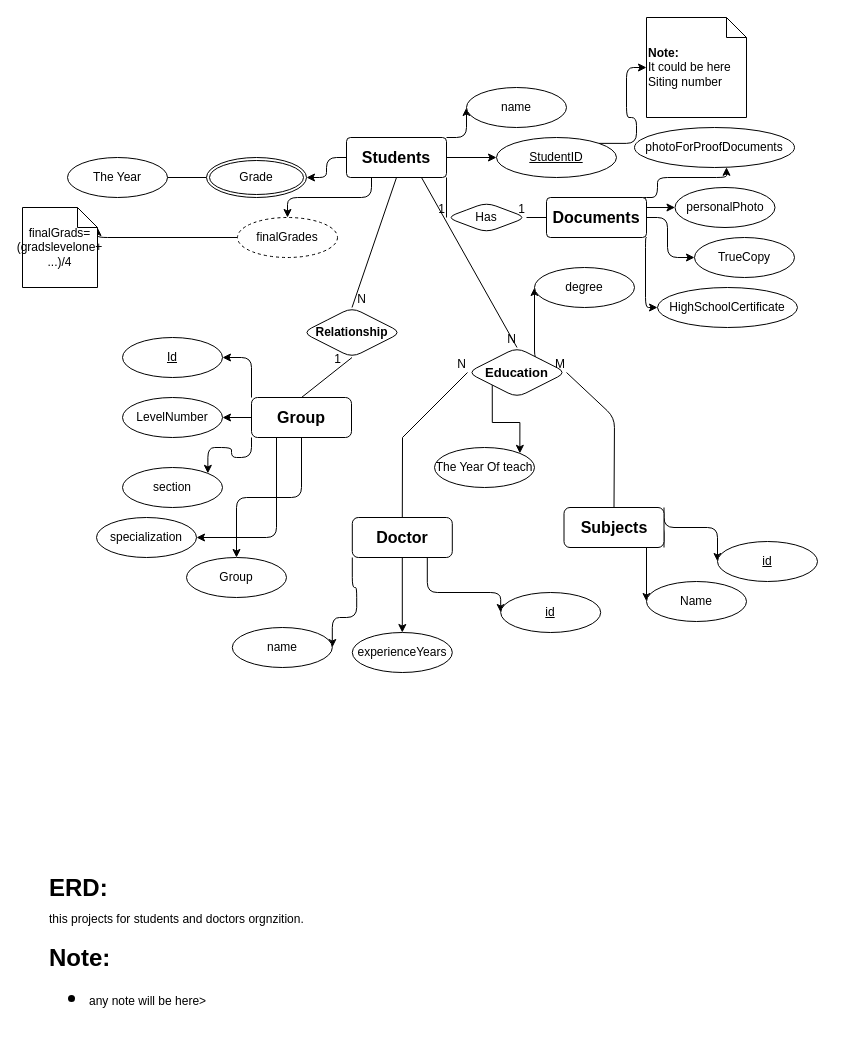
Before: page "Copy of Page-1" (1 of 9) of Digrams, pdf/ERD-Tanzim.drawio in mohammed-aljablai/Tanzim, a draw.io diagram. Source tidied: cells renumbered, new cells numbered last; positions are measured from the earlier drawing's top-left corner, leaving out a move shared by most shapes. Both pictures are drawn from the tidied source at 100%, with x=0, y=0 at pixel (22, 17).
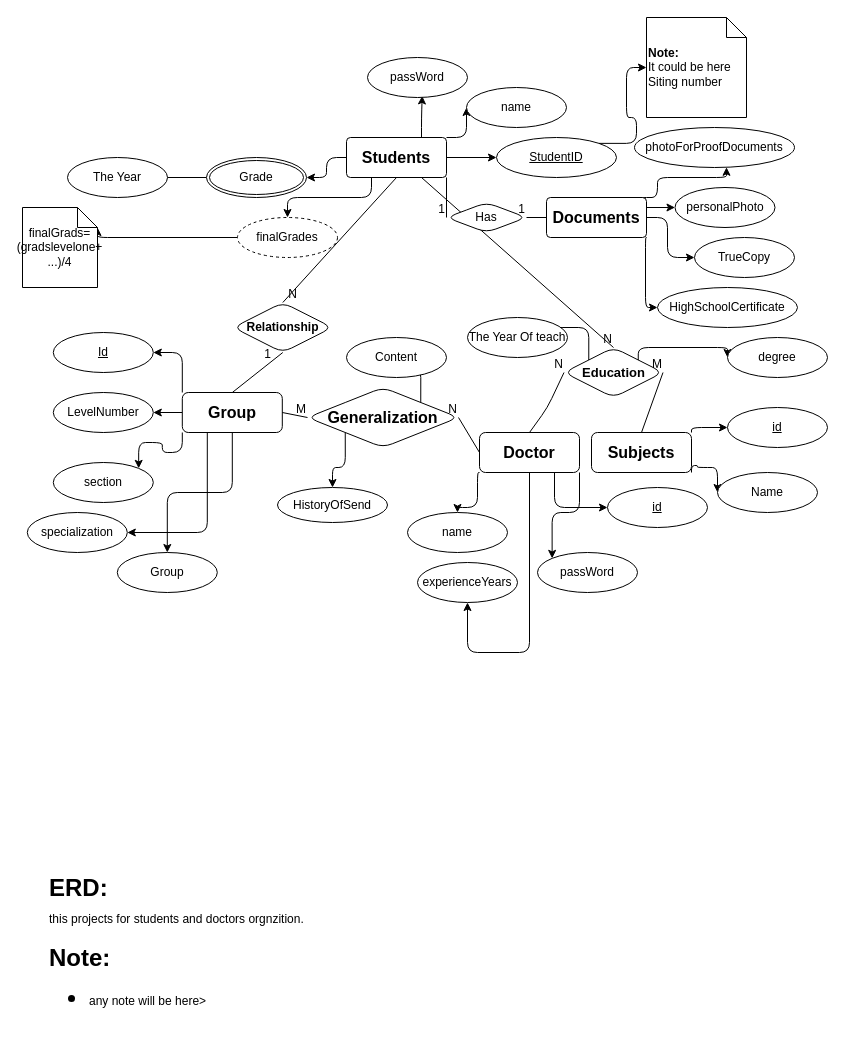
After the change.

Unchanged cells that the change refers to:
```xml
<mxCell id="6" value="&lt;b&gt;&lt;font style=&quot;font-size: 16px;&quot;&gt;Students&lt;/font&gt;&lt;/b&gt;" style="rounded=1;arcSize=10;whiteSpace=wrap;html=1;align=center;" parent="1" vertex="1">
  <mxGeometry x="324" y="120" width="100" height="40" as="geometry" />
</mxCell>
```

Change to the diagram source:
```diff
@@
+    <mxCell id="72" style="edgeStyle=orthogonalEdgeStyle;rounded=1;jettySize=auto;html=1;exitX=0.75;exitY=0;exitDx=0;exitDy=0;entryX=0.547;entryY=0.96;entryDx=0;entryDy=0;entryPerimeter=0;" parent="1" edge="1" source="6" target="74">
+      <mxGeometry relative="1" as="geometry" />
+    </mxCell>
@@
     <mxCell id="24" style="edgeStyle=orthogonalEdgeStyle;rounded=1;jettySize=auto;html=1;exitX=0.25;exitY=1;exitDx=0;exitDy=0;entryX=1;entryY=0.5;entryDx=0;entryDy=0;" parent="1" edge="1" source="26" target="30">
       <mxGeometry relative="1" as="geometry">
         <Array as="points">
-          <mxPoint x="254" y="520" />
+          <mxPoint x="184.8" y="515" />
         </Array>
       </mxGeometry>
     </mxCell>
@@
     <mxCell id="26" value="&lt;font style=&quot;font-size: 16px;&quot;&gt;&lt;b&gt;Group&lt;/b&gt;&lt;/font&gt;" style="whiteSpace=wrap;html=1;align=center;rounded=1;" parent="1" vertex="1">
-      <mxGeometry x="229" y="380" width="100" height="40" as="geometry" />
+      <mxGeometry x="159.8" y="375" width="100" height="40" as="geometry" />
     </mxCell>
     <mxCell id="27" value="LevelNumber" style="ellipse;whiteSpace=wrap;html=1;align=center;rounded=1;" parent="1" vertex="1">
-      <mxGeometry x="100" y="380" width="100" height="40" as="geometry" />
+      <mxGeometry x="30.8" y="375" width="100" height="40" as="geometry" />
     </mxCell>
     <mxCell id="28" value="Id" style="ellipse;whiteSpace=wrap;html=1;align=center;fontStyle=4;rounded=1;" parent="1" vertex="1">
-      <mxGeometry x="100" y="320" width="100" height="40" as="geometry" />
+      <mxGeometry x="30.8" y="315" width="100" height="40" as="geometry" />
     </mxCell>
     <mxCell id="29" value="section" style="ellipse;whiteSpace=wrap;html=1;align=center;rounded=1;" parent="1" vertex="1">
-      <mxGeometry x="100" y="450" width="100" height="40" as="geometry" />
+      <mxGeometry x="30.8" y="445" width="100" height="40" as="geometry" />
     </mxCell>
     <mxCell id="30" value="specialization" style="ellipse;whiteSpace=wrap;html=1;align=center;rounded=1;" parent="1" vertex="1">
-      <mxGeometry x="74" y="500" width="100" height="40" as="geometry" />
+      <mxGeometry x="4.8" y="495" width="100" height="40" as="geometry" />
     </mxCell>
     <mxCell id="31" value="Group" style="ellipse;whiteSpace=wrap;html=1;align=center;rounded=1;" parent="1" vertex="1">
-      <mxGeometry x="164" y="540" width="100" height="40" as="geometry" />
+      <mxGeometry x="94.8" y="535" width="100" height="40" as="geometry" />
     </mxCell>
     <mxCell id="32" value="&lt;b&gt;Relationship&lt;/b&gt;" style="shape=rhombus;perimeter=rhombusPerimeter;whiteSpace=wrap;html=1;align=center;rounded=1;" parent="1" vertex="1">
-      <mxGeometry x="280" y="290" width="99" height="50" as="geometry" />
+      <mxGeometry x="210.8" y="285" width="99" height="50" as="geometry" />
     </mxCell>
     <mxCell id="33" style="edgeStyle=orthogonalEdgeStyle;rounded=1;jettySize=auto;html=1;exitX=0.75;exitY=1;exitDx=0;exitDy=0;entryX=0;entryY=0.5;entryDx=0;entryDy=0;" parent="1" edge="1" source="36" target="47">
       <mxGeometry relative="1" as="geometry">
         <Array as="points">
-          <mxPoint x="405.2" y="575" />
-          <mxPoint x="478.2" y="575" />
+          <mxPoint x="532" y="490" />
         </Array>
       </mxGeometry>
     </mxCell>
-    <mxCell id="34" style="edgeStyle=orthogonalEdgeStyle;rounded=1;jettySize=auto;html=1;exitX=0;exitY=1;exitDx=0;exitDy=0;entryX=1;entryY=0.5;entryDx=0;entryDy=0;" parent="1" edge="1" source="36" target="46">
+    <mxCell id="34" style="edgeStyle=orthogonalEdgeStyle;rounded=1;jettySize=auto;html=1;exitX=0;exitY=1;exitDx=0;exitDy=0;entryX=0.5;entryY=0;entryDx=0;entryDy=0;" parent="1" edge="1" source="36" target="46">
       <mxGeometry relative="1" as="geometry">
         <Array as="points">
-          <mxPoint x="330.2" y="570" />
-          <mxPoint x="334.2" y="570" />
-          <mxPoint x="334.2" y="600" />
-          <mxPoint x="310.2" y="600" />
+          <mxPoint x="455" y="455" />
+          <mxPoint x="455" y="490" />
+          <mxPoint x="435" y="490" />
         </Array>
       </mxGeometry>
     </mxCell>
     <mxCell id="35" style="edgeStyle=orthogonalEdgeStyle;rounded=1;jettySize=auto;html=1;exitX=0.5;exitY=1;exitDx=0;exitDy=0;" parent="1" edge="1" source="36" target="48">
-      <mxGeometry relative="1" as="geometry" />
+      <mxGeometry relative="1" as="geometry">
+        <Array as="points">
+          <mxPoint x="507" y="635" />
+        </Array>
+      </mxGeometry>
     </mxCell>
+    <mxCell id="73" style="edgeStyle=orthogonalEdgeStyle;rounded=1;jettySize=auto;html=1;exitX=1;exitY=1;exitDx=0;exitDy=0;entryX=0;entryY=0;entryDx=0;entryDy=0;" parent="1" edge="1" source="36" target="75">
+      <mxGeometry relative="1" as="geometry" />
+    </mxCell>
     <mxCell id="36" value="&lt;font style=&quot;font-size: 16px;&quot;&gt;&lt;b&gt;Doctor&lt;/b&gt;&lt;/font&gt;" style="whiteSpace=wrap;html=1;align=center;rounded=1;" parent="1" vertex="1">
-      <mxGeometry x="329.8" y="500" width="100" height="40" as="geometry" />
+      <mxGeometry x="457" y="415" width="100" height="40" as="geometry" />
     </mxCell>
     <mxCell id="37" style="edgeStyle=orthogonalEdgeStyle;rounded=1;jettySize=auto;html=1;exitX=1;exitY=0;exitDx=0;exitDy=0;entryX=0;entryY=0.5;entryDx=0;entryDy=0;" parent="1" edge="1" source="39" target="44">
       <mxGeometry relative="1" as="geometry">
         <Array as="points">
-          <mxPoint x="642" y="510" />
-          <mxPoint x="695" y="510" />
+          <mxPoint x="669" y="410" />
         </Array>
       </mxGeometry>
     </mxCell>
-    <mxCell id="38" style="edgeStyle=orthogonalEdgeStyle;rounded=1;jettySize=auto;html=1;exitX=1;exitY=1;exitDx=0;exitDy=0;entryX=0;entryY=0.5;entryDx=0;entryDy=0;" parent="1" edge="1" source="39" target="45">
+    <mxCell id="38" style="edgeStyle=orthogonalEdgeStyle;rounded=1;jettySize=auto;html=1;entryX=0;entryY=0.5;entryDx=0;entryDy=0;exitX=1;exitY=1;exitDx=0;exitDy=0;" parent="1" edge="1" source="39" target="45">
       <mxGeometry relative="1" as="geometry">
         <Array as="points">
-          <mxPoint x="553.5" y="505" />
-          <mxPoint x="553.5" y="505" />
+          <mxPoint x="675" y="448" />
+          <mxPoint x="675" y="450" />
+          <mxPoint x="695" y="450" />
         </Array>
       </mxGeometry>
     </mxCell>
     <mxCell id="39" value="&lt;font style=&quot;font-size: 16px;&quot;&gt;&lt;b&gt;Subjects&lt;/b&gt;&lt;/font&gt;" style="whiteSpace=wrap;html=1;align=center;rounded=1;" parent="1" vertex="1">
-      <mxGeometry x="541.5" y="490" width="100" height="40" as="geometry" />
+      <mxGeometry x="569" y="415" width="100" height="40" as="geometry" />
     </mxCell>
@@
     <mxCell id="44" value="&lt;u&gt;id&lt;/u&gt;" style="ellipse;whiteSpace=wrap;html=1;align=center;rounded=1;" parent="1" vertex="1">
-      <mxGeometry x="695" y="524" width="100" height="40" as="geometry" />
+      <mxGeometry x="705" y="390" width="100" height="40" as="geometry" />
     </mxCell>
     <mxCell id="45" value="Name" style="ellipse;whiteSpace=wrap;html=1;align=center;rounded=1;" parent="1" vertex="1">
-      <mxGeometry x="624" y="564" width="100" height="40" as="geometry" />
+      <mxGeometry x="695" y="455" width="100" height="40" as="geometry" />
     </mxCell>
     <mxCell id="46" value="name" style="ellipse;whiteSpace=wrap;html=1;align=center;rounded=1;" parent="1" vertex="1">
-      <mxGeometry x="209.8" y="610" width="100" height="40" as="geometry" />
+      <mxGeometry x="385" y="495" width="100" height="40" as="geometry" />
     </mxCell>
     <mxCell id="47" value="id" style="ellipse;whiteSpace=wrap;html=1;align=center;fontStyle=4;rounded=1;" parent="1" vertex="1">
-      <mxGeometry x="478.2" y="575" width="100" height="40" as="geometry" />
+      <mxGeometry x="585" y="470" width="100" height="40" as="geometry" />
     </mxCell>
     <mxCell id="48" value="experienceYears" style="ellipse;whiteSpace=wrap;html=1;align=center;rounded=1;" parent="1" vertex="1">
-      <mxGeometry x="329.8" y="615" width="100" height="40" as="geometry" />
+      <mxGeometry x="395" y="545" width="100" height="40" as="geometry" />
     </mxCell>
@@
     <mxCell id="53" style="edgeStyle=orthogonalEdgeStyle;rounded=1;jettySize=auto;html=1;exitX=1;exitY=0;exitDx=0;exitDy=0;entryX=0;entryY=0.5;entryDx=0;entryDy=0;" parent="1" edge="1" source="55" target="66">
       <mxGeometry relative="1" as="geometry">
         <Array as="points">
-          <mxPoint x="512" y="342" />
+          <mxPoint x="616" y="330" />
         </Array>
       </mxGeometry>
     </mxCell>
-    <mxCell id="54" style="edgeStyle=orthogonalEdgeStyle;rounded=0;jettySize=auto;html=1;exitX=0;exitY=1;exitDx=0;exitDy=0;entryX=1;entryY=0;entryDx=0;entryDy=0;" parent="1" edge="1" source="55" target="67">
+    <mxCell id="54" style="edgeStyle=orthogonalEdgeStyle;rounded=1;jettySize=auto;html=1;exitX=0;exitY=1;exitDx=0;exitDy=0;entryX=1;entryY=0;entryDx=0;entryDy=0;" parent="1" edge="1" source="55" target="67">
       <mxGeometry relative="1" as="geometry" />
     </mxCell>
     <mxCell id="55" value="&lt;b style=&quot;&quot;&gt;&lt;font style=&quot;font-size: 13px;&quot;&gt;Education&lt;/font&gt;&lt;/b&gt;" style="shape=rhombus;perimeter=rhombusPerimeter;whiteSpace=wrap;html=1;align=center;rounded=1;" parent="1" vertex="1">
-      <mxGeometry x="445" y="330" width="99" height="50" as="geometry" />
+      <mxGeometry x="541.5" y="330" width="99" height="50" as="geometry" />
     </mxCell>
     <mxCell id="56" style="endArrow=none;html=1;rounded=1;exitX=0.5;exitY=0;exitDx=0;exitDy=0;entryX=1;entryY=0.5;entryDx=0;entryDy=0;" parent="1" edge="1" source="39" target="55">
-      <mxGeometry relative="1" as="geometry">
-        <Array as="points">
-          <mxPoint x="592" y="400" />
-        </Array>
-      </mxGeometry>
+      <mxGeometry relative="1" as="geometry" />
     </mxCell>
@@
     <mxCell id="66" value="degree" style="ellipse;whiteSpace=wrap;html=1;align=center;rounded=1;" parent="1" vertex="1">
-      <mxGeometry x="512" y="250" width="100" height="40" as="geometry" />
+      <mxGeometry x="705" y="320" width="100" height="40" as="geometry" />
     </mxCell>
     <mxCell id="67" value="The Year Of teach" style="ellipse;whiteSpace=wrap;html=1;align=center;rounded=1;" parent="1" vertex="1">
-      <mxGeometry x="412" y="430" width="100" height="40" as="geometry" />
+      <mxGeometry x="445" y="300" width="100" height="40" as="geometry" />
     </mxCell>
@@
-    <mxCell id="70" style="endArrow=none;html=1;rounded=0;entryX=0;entryY=0.5;entryDx=0;entryDy=0;exitX=0.5;exitY=0;exitDx=0;exitDy=0;" parent="1" edge="1" source="36" target="55">
+    <mxCell id="70" style="endArrow=none;html=1;rounded=1;entryX=0;entryY=0.5;entryDx=0;entryDy=0;exitX=0.5;exitY=0;exitDx=0;exitDy=0;" parent="1" edge="1" source="36" target="55">
       <mxGeometry relative="1" as="geometry">
         <Array as="points">
-          <mxPoint x="380" y="420" />
+          <mxPoint x="525" y="390" />
         </Array>
       </mxGeometry>
     </mxCell>
-    <mxCell id="71" value="N" style="html=1;whiteSpace=wrap;align=right;verticalAlign=bottom;" parent="70" vertex="1">
+    <mxCell id="71" value="N" style="html=1;whiteSpace=wrap;align=right;verticalAlign=bottom;rounded=1;" parent="70" vertex="1">
       <mxGeometry x="1" relative="1" as="geometry" />
     </mxCell>
+    <mxCell id="74" value="passWord" style="ellipse;whiteSpace=wrap;html=1;align=center;rounded=1;" parent="1" vertex="1">
+      <mxGeometry x="345" y="40" width="100" height="40" as="geometry" />
+    </mxCell>
+    <mxCell id="75" value="passWord" style="ellipse;whiteSpace=wrap;html=1;align=center;rounded=1;" parent="1" vertex="1">
+      <mxGeometry x="515" y="535" width="100" height="40" as="geometry" />
+    </mxCell>
+    <mxCell id="76" style="edgeStyle=orthogonalEdgeStyle;rounded=1;jettySize=auto;html=1;exitX=1;exitY=0;exitDx=0;exitDy=0;entryX=0;entryY=1;entryDx=0;entryDy=0;" parent="1" edge="1" source="78" target="83">
+      <mxGeometry relative="1" as="geometry" />
+    </mxCell>
+    <mxCell id="77" style="edgeStyle=orthogonalEdgeStyle;rounded=1;jettySize=auto;html=1;exitX=0;exitY=1;exitDx=0;exitDy=0;entryX=0.5;entryY=0;entryDx=0;entryDy=0;" parent="1" edge="1" source="78" target="84">
+      <mxGeometry relative="1" as="geometry" />
+    </mxCell>
+    <mxCell id="78" value="&lt;font style=&quot;font-size: 16px;&quot;&gt;&lt;b&gt;Generalization&lt;/b&gt;&lt;/font&gt;" style="shape=rhombus;perimeter=rhombusPerimeter;whiteSpace=wrap;html=1;align=center;rounded=1;" parent="1" vertex="1">
+      <mxGeometry x="285" y="370" width="151" height="60" as="geometry" />
+    </mxCell>
+    <mxCell id="79" style="endArrow=none;html=1;rounded=0;entryX=1;entryY=0.5;entryDx=0;entryDy=0;exitX=0;exitY=0.5;exitDx=0;exitDy=0;" parent="1" edge="1" source="36" target="78">
+      <mxGeometry relative="1" as="geometry" />
+    </mxCell>
+    <mxCell id="80" value="N" style="html=1;whiteSpace=wrap;align=right;verticalAlign=bottom;rounded=1;" parent="79" vertex="1">
+      <mxGeometry x="1" relative="1" as="geometry" />
+    </mxCell>
+    <mxCell id="81" style="endArrow=none;html=1;rounded=0;entryX=0;entryY=0.5;entryDx=0;entryDy=0;exitX=1;exitY=0.5;exitDx=0;exitDy=0;" parent="1" edge="1" source="26" target="78">
+      <mxGeometry relative="1" as="geometry" />
+    </mxCell>
+    <mxCell id="82" value="M" style="html=1;whiteSpace=wrap;align=right;verticalAlign=bottom;rounded=1;" parent="81" vertex="1">
+      <mxGeometry x="1" relative="1" as="geometry" />
+    </mxCell>
+    <mxCell id="83" value="Content" style="ellipse;whiteSpace=wrap;html=1;align=center;rounded=1;" parent="1" vertex="1">
+      <mxGeometry x="324" y="320" width="100" height="40" as="geometry" />
+    </mxCell>
+    <mxCell id="84" value="HistoryOfSend" style="ellipse;whiteSpace=wrap;html=1;align=center;rounded=1;" parent="1" vertex="1">
+      <mxGeometry x="255" y="470" width="110" height="35" as="geometry" />
+    </mxCell>
```
